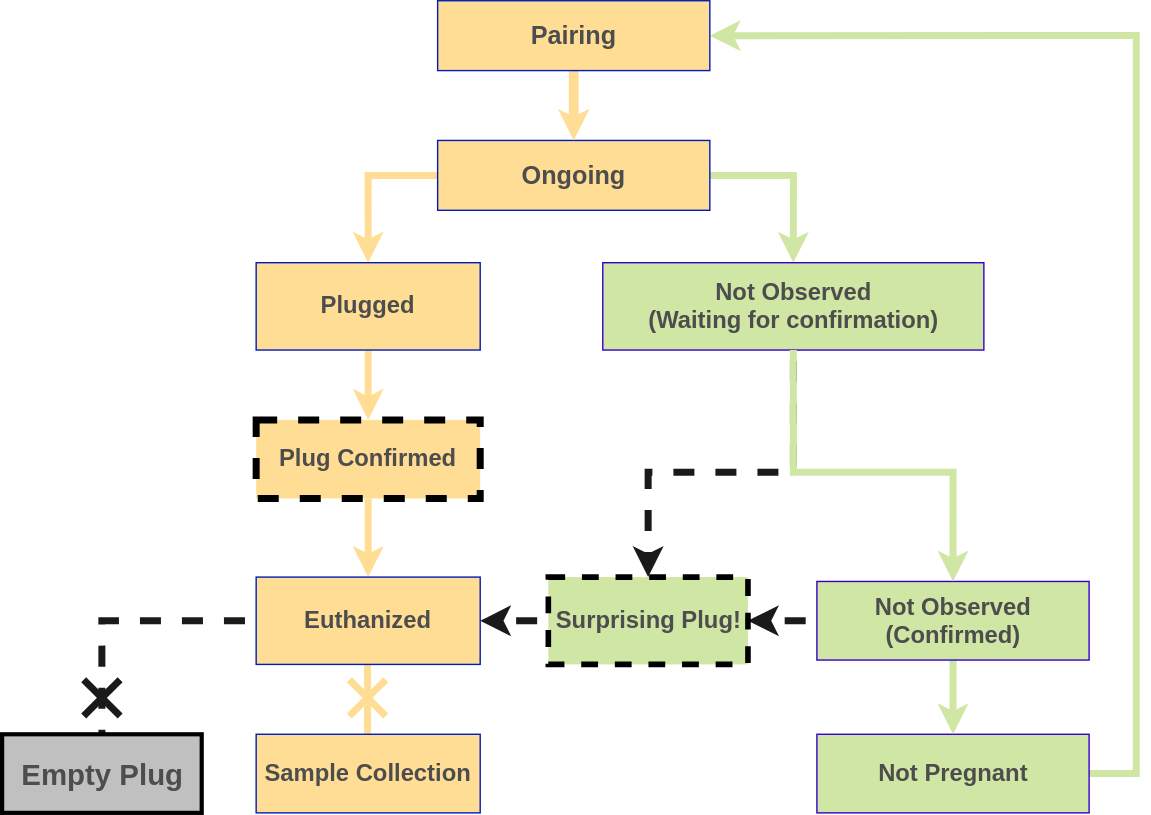
Above: www/Plugging_status_Diagram.svg in sqianglan/MouseTracking (draw.io), before the change. Source tidied: cells renumbered, new cells last; positions are measured from the earlier drawing's top-left corner, leaving out a move shared by most shapes.
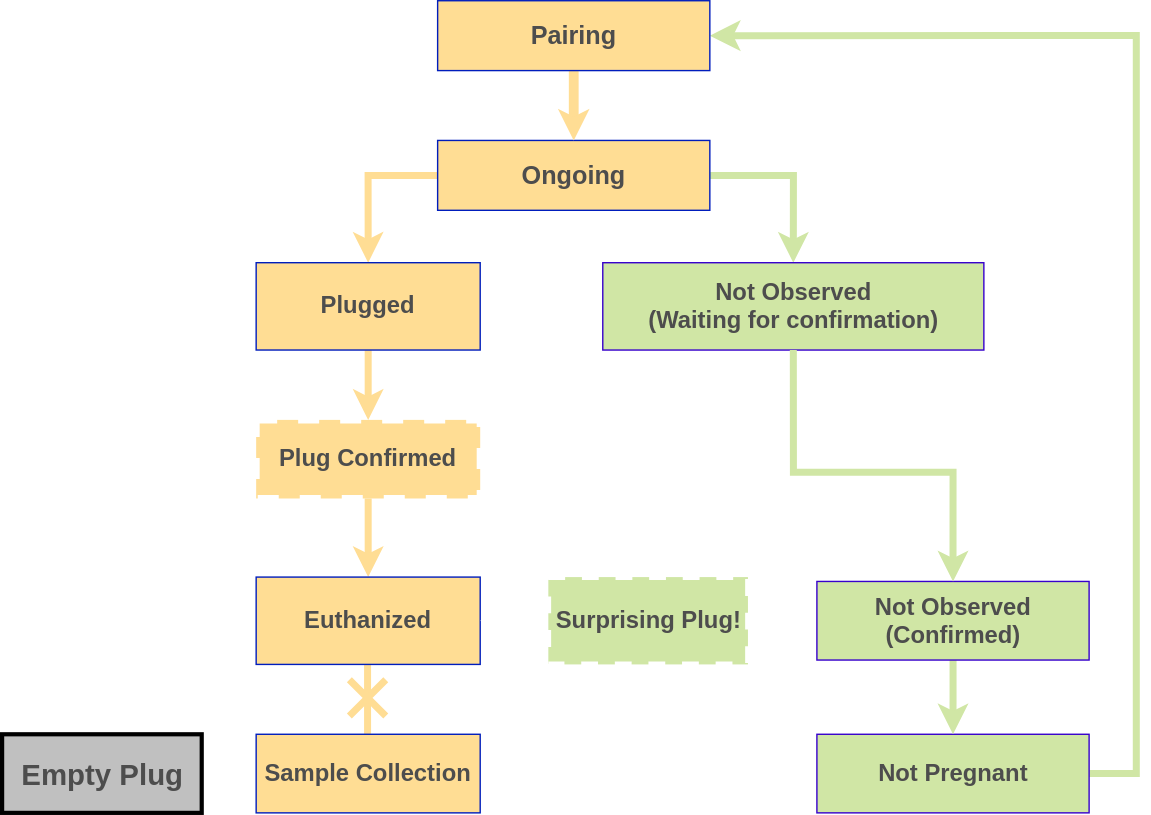
Later version of the same file.

What changed in the source:
```diff
@@ -17,7 +17,7 @@
     <mxCell id="6" value="Plugged" style="rounded=0;whiteSpace=wrap;html=1;flipH=0;flipV=1;fontSize=17;fillColor=light-dark(#FFDD94,#FFDD94);fontColor=light-dark(#4D4D4D,#4D4D4D);strokeColor=#001DBC;fontStyle=1;fontFamily=Helvetica;" parent="1" vertex="1">
       <mxGeometry x="181.4" y="187.1" width="160" height="62.4" as="geometry" />
     </mxCell>
-    <mxCell id="7" style="edgeStyle=orthogonalEdgeStyle;rounded=0;jettySize=auto;html=1;fillColor=#d80073;strokeColor=light-dark(#1A1A1A,#1A1A1A);strokeWidth=5;dashed=1;startSize=7;sourcePerimeterSpacing=8;targetPerimeterSpacing=0;jumpSize=0;jumpStyle=line;entryX=0.5;entryY=0;entryDx=0;entryDy=0;fontSize=17;" parent="1" edge="1" source="8" target="22">
+    <mxCell id="7" style="edgeStyle=orthogonalEdgeStyle;rounded=0;jettySize=auto;html=1;fillColor=#d80073;strokeColor=light-dark(#FFFFFF,#FFFFFF);strokeWidth=5;dashed=1;startSize=7;sourcePerimeterSpacing=8;targetPerimeterSpacing=0;jumpSize=0;jumpStyle=line;entryX=0.5;entryY=0;entryDx=0;entryDy=0;fontSize=17;" parent="1" edge="1" source="8" target="22">
       <mxGeometry relative="1" as="geometry">
         <Array as="points">
           <mxPoint x="565.1" y="336.8" />
@@ -31,7 +31,7 @@
     <mxCell id="9" style="edgeStyle=orthogonalEdgeStyle;rounded=0;jettySize=auto;html=1;entryX=0.5;entryY=0;entryDx=0;entryDy=0;strokeWidth=5;fillColor=#1ba1e2;strokeColor=light-dark(#FFDD94,#FFDD94);fontSize=17;" parent="1" edge="1" source="10" target="18">
       <mxGeometry relative="1" as="geometry" />
     </mxCell>
-    <mxCell id="10" value="Plug Confirmed" style="rounded=0;whiteSpace=wrap;html=1;dashed=1;fontSize=17;fillColor=light-dark(#FFDD94,#FFDD94);fontColor=light-dark(#4D4D4D,#4D4D4D);strokeColor=light-dark(#000000,#000000);strokeWidth=5;flipV=0;fontStyle=1;fontFamily=Helvetica;" parent="1" vertex="1">
+    <mxCell id="10" value="Plug Confirmed" style="rounded=0;whiteSpace=wrap;html=1;dashed=1;fontSize=17;fillColor=light-dark(#FFDD94,#FFDD94);fontColor=light-dark(#4D4D4D,#4D4D4D);strokeColor=light-dark(#FFFFFF,#FFFFFF);strokeWidth=5;flipV=0;fontStyle=1;fontFamily=Helvetica;" parent="1" vertex="1">
       <mxGeometry x="181.4" y="299.4" width="160" height="56.1" as="geometry" />
     </mxCell>
     <mxCell id="11" style="edgeStyle=orthogonalEdgeStyle;rounded=0;jettySize=auto;html=1;entryX=1;entryY=0.5;entryDx=0;entryDy=0;strokeColor=light-dark(#D0E6A5,#D0E6A5);strokeWidth=5;align=center;verticalAlign=middle;fontFamily=Helvetica;fontSize=17;fontColor=default;labelBackgroundColor=default;jumpStyle=arc;jumpSize=0;startSize=7;endArrow=classic;sourcePerimeterSpacing=8;targetPerimeterSpacing=0;fillColor=#6a00ff;exitX=1;exitY=0.5;exitDx=0;exitDy=0;" parent="1" edge="1" source="12" target="24">
@@ -45,7 +45,7 @@
     <mxCell id="12" value="&lt;span style=&quot;&quot;&gt;Not Pregnant&lt;/span&gt;" style="rounded=0;whiteSpace=wrap;html=1;fontSize=17;fillColor=light-dark(#D0E6A5,#D0E6A5);fontColor=light-dark(#4D4D4D,#4D4D4D);strokeColor=#3700CC;fillStyle=solid;flipV=0;fontStyle=1;fontFamily=Helvetica;" parent="1" vertex="1">
       <mxGeometry x="581.9" y="523.9" width="194.4" height="56.1" as="geometry" />
     </mxCell>
-    <mxCell id="13" style="edgeStyle=orthogonalEdgeStyle;rounded=0;jettySize=auto;html=1;entryX=1;entryY=0.5;entryDx=0;entryDy=0;fontSize=17;strokeWidth=5;dashed=1;strokeColor=light-dark(#1A1A1A,#1A1A1A);align=center;verticalAlign=middle;fontFamily=Helvetica;fontColor=default;labelBackgroundColor=default;jumpStyle=arc;jumpSize=0;startSize=7;endArrow=classic;sourcePerimeterSpacing=8;targetPerimeterSpacing=0;fillColor=#d80073;" parent="1" edge="1" source="15" target="22">
+    <mxCell id="13" style="edgeStyle=orthogonalEdgeStyle;rounded=0;jettySize=auto;html=1;entryX=1;entryY=0.5;entryDx=0;entryDy=0;fontSize=17;strokeWidth=5;dashed=1;strokeColor=light-dark(#FFFFFF,#FFFFFF);align=center;verticalAlign=middle;fontFamily=Helvetica;fontColor=default;labelBackgroundColor=default;jumpStyle=arc;jumpSize=0;startSize=7;endArrow=classic;sourcePerimeterSpacing=8;targetPerimeterSpacing=0;fillColor=#d80073;" parent="1" edge="1" source="15" target="22">
       <mxGeometry relative="1" as="geometry" />
     </mxCell>
     <mxCell id="14" style="edgeStyle=orthogonalEdgeStyle;rounded=0;jettySize=auto;html=1;entryX=0.5;entryY=0;entryDx=0;entryDy=0;strokeWidth=5;fillColor=#d80073;strokeColor=light-dark(#D0E6A5,#D0E6A5);fontSize=17;" parent="1" edge="1" source="15" target="12">
@@ -54,7 +54,7 @@
     <mxCell id="15" value="&lt;p class=&quot;p1&quot; style=&quot;margin: 0px; font-width: normal; line-height: normal; font-size-adjust: none; font-kerning: auto; font-variant-alternates: normal; font-variant-ligatures: normal; font-variant-numeric: normal; font-variant-east-asian: normal; font-variant-position: normal; font-feature-settings: normal; font-optical-sizing: auto; font-variation-settings: normal;&quot;&gt;&lt;span style=&quot;&quot;&gt;Not Observed&lt;/span&gt;&lt;/p&gt;&lt;p class=&quot;p1&quot; style=&quot;margin: 0px; font-width: normal; line-height: normal; font-size-adjust: none; font-kerning: auto; font-variant-alternates: normal; font-variant-ligatures: normal; font-variant-numeric: normal; font-variant-east-asian: normal; font-variant-position: normal; font-feature-settings: normal; font-optical-sizing: auto; font-variation-settings: normal;&quot;&gt;&lt;span style=&quot;&quot;&gt;(Confirmed)&lt;/span&gt;&lt;/p&gt;" style="rounded=0;whiteSpace=wrap;html=1;align=center;fontSize=17;fillColor=light-dark(#D0E6A5,#D0E6A5);fontColor=light-dark(#4D4D4D,#4D4D4D);strokeColor=#3700CC;fillStyle=solid;flipV=0;fontStyle=1;fontFamily=Helvetica;" parent="1" vertex="1">
       <mxGeometry x="581.9" y="414.7" width="194.4" height="56.1" as="geometry" />
     </mxCell>
-    <mxCell id="16" style="edgeStyle=orthogonalEdgeStyle;rounded=0;jettySize=auto;html=1;entryX=0.5;entryY=0;entryDx=0;entryDy=0;strokeWidth=5;fontSize=17;dashed=1;endArrow=cross;endFill=0;jumpStyle=arc;strokeColor=light-dark(#1A1A1A,#1A1A1A);align=center;verticalAlign=middle;fontFamily=Helvetica;fontColor=default;labelBackgroundColor=default;jumpSize=0;startSize=7;sourcePerimeterSpacing=8;targetPerimeterSpacing=0;fillColor=#d80073;endSize=20;" parent="1" edge="1" source="18" target="20">
+    <mxCell id="16" style="edgeStyle=orthogonalEdgeStyle;rounded=0;jettySize=auto;html=1;entryX=0.5;entryY=0;entryDx=0;entryDy=0;strokeWidth=5;fontSize=17;dashed=1;endArrow=cross;endFill=0;jumpStyle=arc;strokeColor=light-dark(#FFFFFF,#FFFFFF);align=center;verticalAlign=middle;fontFamily=Helvetica;fontColor=default;labelBackgroundColor=default;jumpSize=0;startSize=7;sourcePerimeterSpacing=8;targetPerimeterSpacing=0;fillColor=#d80073;endSize=20;" parent="1" edge="1" source="18" target="20">
       <mxGeometry relative="1" as="geometry" />
     </mxCell>
     <mxCell id="17" style="edgeStyle=orthogonalEdgeStyle;rounded=0;jettySize=auto;html=1;entryX=0.5;entryY=0;entryDx=0;entryDy=0;strokeWidth=5;fillColor=#1ba1e2;strokeColor=light-dark(#FFDD94,#FFDD94);fontSize=17;endArrow=cross;endFill=0;jumpStyle=sharp;endSize=20;" parent="1" edge="1" target="19">
@@ -74,10 +74,10 @@
     <mxCell id="20" value="&lt;font style=&quot;font-size: 21px;&quot;&gt;Empty Plug&lt;/font&gt;" style="rounded=0;whiteSpace=wrap;html=1;fontSize=17;fontStyle=1;fillColor=light-dark(#C0C0C0,transparent);strokeWidth=3;strokeColor=light-dark(#000000,#000000);fontColor=light-dark(#4D4D4D,#4D4D4D);fillStyle=solid;fontFamily=Helvetica;" parent="1" vertex="1">
       <mxGeometry y="523.9" width="142.6" height="56.1" as="geometry" />
     </mxCell>
-    <mxCell id="21" style="edgeStyle=orthogonalEdgeStyle;rounded=0;jettySize=auto;html=1;entryX=1;entryY=0.5;entryDx=0;entryDy=0;fontSize=17;dashed=1;strokeColor=light-dark(#1A1A1A,#1A1A1A);strokeWidth=5;align=center;verticalAlign=middle;fontFamily=Helvetica;fontColor=default;labelBackgroundColor=default;jumpStyle=arc;jumpSize=0;startSize=7;endArrow=classic;sourcePerimeterSpacing=8;targetPerimeterSpacing=0;fillColor=#d80073;" parent="1" edge="1" source="22" target="18">
+    <mxCell id="21" style="edgeStyle=orthogonalEdgeStyle;rounded=0;jettySize=auto;html=1;entryX=1;entryY=0.5;entryDx=0;entryDy=0;fontSize=17;dashed=1;strokeColor=light-dark(#FFFFFF,#FFFFFF);strokeWidth=5;align=center;verticalAlign=middle;fontFamily=Helvetica;fontColor=default;labelBackgroundColor=default;jumpStyle=arc;jumpSize=0;startSize=7;endArrow=classic;sourcePerimeterSpacing=8;targetPerimeterSpacing=0;fillColor=#d80073;" parent="1" edge="1" source="22" target="18">
       <mxGeometry relative="1" as="geometry" />
     </mxCell>
-    <mxCell id="22" value="Surprising Plug!" style="rounded=0;whiteSpace=wrap;html=1;fontSize=17;fillColor=light-dark(#D0E6A5,#D0E6A5);fontColor=light-dark(#4D4D4D,#4D4D4D);strokeColor=light-dark(#000000,#000000);strokeWidth=4;dashed=1;fontStyle=1;fontFamily=Helvetica;" parent="1" vertex="1">
+    <mxCell id="22" value="Surprising Plug!" style="rounded=0;whiteSpace=wrap;html=1;fontSize=17;fillColor=light-dark(#D0E6A5,#D0E6A5);fontColor=light-dark(#4D4D4D,#4D4D4D);strokeColor=light-dark(#FFFFFF,#FFFFFF);strokeWidth=4;dashed=1;fontStyle=1;fontFamily=Helvetica;" parent="1" vertex="1">
       <mxGeometry x="390.1" y="411.6" width="142.6" height="62.4" as="geometry" />
     </mxCell>
     <mxCell id="23" style="edgeStyle=orthogonalEdgeStyle;rounded=0;jettySize=auto;html=1;entryX=0.5;entryY=0;entryDx=0;entryDy=0;strokeWidth=7;endSize=0;fontSize=17;strokeColor=light-dark(#FFDD94,#FFDD94);" parent="1" edge="1" source="24" target="4">
```
